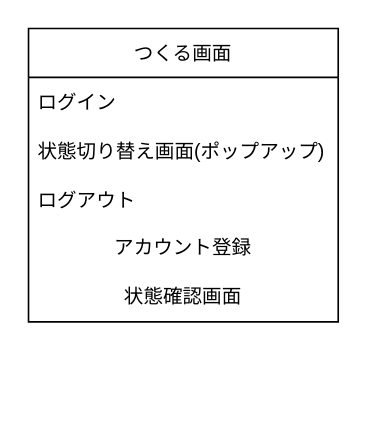
This is page "画面イメージ図" (3 of 3) of 画面設計.drawio from ringohoka/AnnounceSituation, a draw.io file, before an edit. Source tidied: cells renumbered, new cells numbered last; positions are measured from the earlier drawing's top-left corner, leaving out a move shared by most shapes. Both pictures are drawn from the tidied source at 163%, with x=0, y=0 at pixel (28, 28).
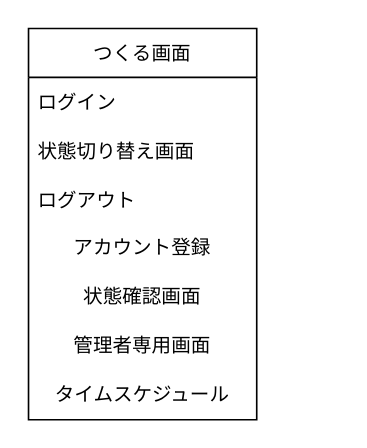
The same diagram, later.

Commit message:
画面設計.drawio を更新します

Diff of the diagram source:
```diff
@@
 <mxGraphModel>
   <root>
     <mxCell id="0" />
     <mxCell id="1" parent="0" />
     <mxCell id="2" value="つくる画面" style="swimlane;fontStyle=0;horizontal=1;startSize=30;" parent="1" vertex="1">
-      <mxGeometry width="190" height="180" as="geometry" />
+      <mxGeometry width="140" height="240" as="geometry" />
     </mxCell>
     <mxCell id="3" value="ログイン" style="text;strokeColor=none;fillColor=none;align=left;verticalAlign=middle;spacingLeft=4;spacingRight=4;overflow=hidden;" parent="2" vertex="1">
-      <mxGeometry y="30" width="190" height="30" as="geometry" />
+      <mxGeometry y="30" width="140" height="30" as="geometry" />
     </mxCell>
-    <mxCell id="4" value="状態切り替え画面(ポップアップ)" style="text;strokeColor=none;fillColor=none;align=left;verticalAlign=middle;spacingLeft=4;spacingRight=4;overflow=hidden;" parent="2" vertex="1">
-      <mxGeometry y="60" width="190" height="30" as="geometry" />
+    <mxCell id="4" value="状態切り替え画面" style="text;strokeColor=none;fillColor=none;align=left;verticalAlign=middle;spacingLeft=4;spacingRight=4;overflow=hidden;" parent="2" vertex="1">
+      <mxGeometry y="60" width="140" height="30" as="geometry" />
     </mxCell>
     <mxCell id="5" value="ログアウト" style="text;strokeColor=none;fillColor=none;align=left;verticalAlign=middle;spacingLeft=4;spacingRight=4;overflow=hidden;" parent="2" vertex="1">
-      <mxGeometry y="90" width="190" height="30" as="geometry" />
+      <mxGeometry y="90" width="140" height="30" as="geometry" />
     </mxCell>
     <mxCell id="6" value="アカウント登録" style="text;html=1;strokeColor=none;fillColor=none;align=center;verticalAlign=middle;whiteSpace=wrap;rounded=0;" parent="2" vertex="1">
-      <mxGeometry y="120" width="190" height="30" as="geometry" />
+      <mxGeometry y="120" width="140" height="30" as="geometry" />
     </mxCell>
     <mxCell id="7" value="状態確認画面" style="text;html=1;strokeColor=none;fillColor=none;align=center;verticalAlign=middle;whiteSpace=wrap;rounded=0;" parent="2" vertex="1">
-      <mxGeometry y="150" width="190" height="30" as="geometry" />
+      <mxGeometry y="150" width="140" height="30" as="geometry" />
     </mxCell>
+    <mxCell id="8" value="管理者専用画面" style="text;html=1;strokeColor=none;fillColor=none;align=center;verticalAlign=middle;whiteSpace=wrap;rounded=0;" parent="2" vertex="1">
+      <mxGeometry y="180" width="140" height="30" as="geometry" />
+    </mxCell>
+    <mxCell id="9" value="タイムスケジュール" style="text;html=1;strokeColor=none;fillColor=none;align=center;verticalAlign=middle;whiteSpace=wrap;rounded=0;" parent="2" vertex="1">
+      <mxGeometry y="210" width="140" height="30" as="geometry" />
+    </mxCell>
   </root>
 </mxGraphModel>
```
